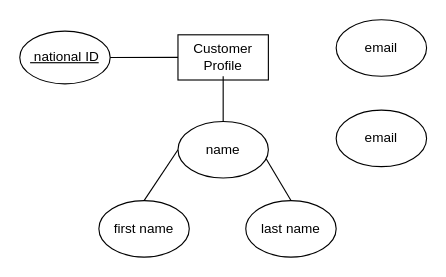
Before: Untitled Diagram.drawio in Blaze-trio/Blaze-trio.github.io, a draw.io diagram. Source tidied: cells renumbered, new cells numbered last; positions are measured from the earlier drawing's top-left corner, leaving out a move shared by most shapes. Both pictures are drawn from the tidied source at 113%, with x=0, y=0 at pixel (19, 19).
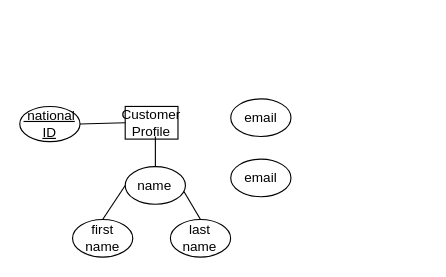
Above is the later version.

The edit, as a diff of the source:
```diff
@@
 <mxGraphModel>
   <root>
     <mxCell id="0" />
     <mxCell id="1" parent="0" />
+    <mxCell id="13" style="group;" parent="1" vertex="1">
+      <mxGeometry y="70" width="240" height="140" as="geometry" />
+    </mxCell>
-    <mxCell id="2" value="Customer Profile" style="rounded=0;whiteSpace=wrap;html=1;" parent="1" vertex="1">
-      <mxGeometry x="140" y="13.3" width="80" height="40" as="geometry" />
+    <mxCell id="2" value="Customer Profile" style="rounded=0;whiteSpace=wrap;html=1;" parent="13" vertex="1">
+      <mxGeometry x="93.3" y="6.7" width="46.7" height="28.9" as="geometry" />
     </mxCell>
-    <mxCell id="3" value="&lt;u&gt;&amp;nbsp;national ID&lt;br&gt;&lt;/u&gt;" style="ellipse;whiteSpace=wrap;html=1;" parent="1" vertex="1">
-      <mxGeometry y="10" width="80" height="46.7" as="geometry" />
+    <mxCell id="3" value="&lt;u&gt;&amp;nbsp;national ID&lt;br&gt;&lt;/u&gt;" style="ellipse;whiteSpace=wrap;html=1;" parent="13" vertex="1">
+      <mxGeometry y="6.7" width="53.3" height="31.1" as="geometry" />
     </mxCell>
-    <mxCell id="4" value="&lt;div&gt;first name&lt;/div&gt;" style="ellipse;whiteSpace=wrap;html=1;" parent="1" vertex="1">
-      <mxGeometry x="70" y="160" width="80" height="50" as="geometry" />
+    <mxCell id="4" value="&lt;div&gt;first name&lt;/div&gt;" style="ellipse;whiteSpace=wrap;html=1;" parent="13" vertex="1">
+      <mxGeometry x="46.7" y="106.7" width="53.3" height="33.3" as="geometry" />
     </mxCell>
-    <mxCell id="5" value="&lt;div&gt;name&lt;/div&gt;" style="ellipse;whiteSpace=wrap;html=1;" parent="1" vertex="1">
-      <mxGeometry x="140" y="90" width="80" height="50" as="geometry" />
+    <mxCell id="5" value="&lt;div&gt;name&lt;/div&gt;" style="ellipse;whiteSpace=wrap;html=1;" parent="13" vertex="1">
+      <mxGeometry x="93.3" y="60" width="53.3" height="33.3" as="geometry" />
     </mxCell>
-    <mxCell id="6" value="&lt;div&gt;last name&lt;/div&gt;" style="ellipse;whiteSpace=wrap;html=1;" parent="1" vertex="1">
-      <mxGeometry x="200" y="160" width="80" height="50" as="geometry" />
+    <mxCell id="6" value="&lt;div&gt;last name&lt;/div&gt;" style="ellipse;whiteSpace=wrap;html=1;" parent="13" vertex="1">
+      <mxGeometry x="133.3" y="106.7" width="53.3" height="33.3" as="geometry" />
     </mxCell>
-    <mxCell id="7" style="endArrow=none;html=1;rounded=0;" parent="1" edge="1">
+    <mxCell id="7" style="endArrow=none;html=1;rounded=0;" parent="13" edge="1">
       <mxGeometry relative="1" as="geometry">
-        <mxPoint x="180" y="90" as="sourcePoint" />
-        <mxPoint x="180" y="50" as="targetPoint" />
+        <mxPoint x="120" y="60" as="sourcePoint" />
+        <mxPoint x="120" y="33.3" as="targetPoint" />
       </mxGeometry>
     </mxCell>
-    <mxCell id="8" style="endArrow=none;html=1;rounded=0;exitX=0.5;exitY=0;exitDx=0;exitDy=0;entryX=0;entryY=0.5;entryDx=0;entryDy=0;" parent="1" edge="1" source="4" target="5">
+    <mxCell id="8" style="endArrow=none;html=1;rounded=0;exitX=0.5;exitY=0;exitDx=0;exitDy=0;entryX=0;entryY=0.5;entryDx=0;entryDy=0;" parent="13" edge="1" source="4" target="5">
       <mxGeometry relative="1" as="geometry" />
     </mxCell>
-    <mxCell id="9" style="endArrow=none;html=1;rounded=0;entryX=0.975;entryY=0.66;entryDx=0;entryDy=0;entryPerimeter=0;exitX=0.5;exitY=0;exitDx=0;exitDy=0;" parent="1" edge="1" source="6" target="5">
+    <mxCell id="9" style="endArrow=none;html=1;rounded=0;entryX=0.975;entryY=0.66;entryDx=0;entryDy=0;entryPerimeter=0;exitX=0.5;exitY=0;exitDx=0;exitDy=0;" parent="13" edge="1" source="6" target="5">
       <mxGeometry relative="1" as="geometry" />
     </mxCell>
-    <mxCell id="10" style="endArrow=none;html=1;rounded=0;exitX=1;exitY=0.5;exitDx=0;exitDy=0;entryX=0;entryY=0.5;entryDx=0;entryDy=0;" parent="1" edge="1" source="3" target="2">
+    <mxCell id="10" style="endArrow=none;html=1;rounded=0;exitX=1;exitY=0.5;exitDx=0;exitDy=0;entryX=0;entryY=0.5;entryDx=0;entryDy=0;" parent="13" edge="1" source="3" target="2">
       <mxGeometry relative="1" as="geometry" />
     </mxCell>
-    <mxCell id="11" value="email" style="ellipse;whiteSpace=wrap;html=1;" parent="1" vertex="1">
-      <mxGeometry x="280" width="80" height="50" as="geometry" />
+    <mxCell id="11" value="email" style="ellipse;whiteSpace=wrap;html=1;" parent="13" vertex="1">
+      <mxGeometry x="186.7" width="53.3" height="33.3" as="geometry" />
     </mxCell>
-    <mxCell id="12" value="email" style="ellipse;whiteSpace=wrap;html=1;" parent="1" vertex="1">
-      <mxGeometry x="280" y="80" width="80" height="50" as="geometry" />
+    <mxCell id="12" value="email" style="ellipse;whiteSpace=wrap;html=1;" parent="13" vertex="1">
+      <mxGeometry x="186.7" y="53.3" width="53.3" height="33.3" as="geometry" />
     </mxCell>
   </root>
 </mxGraphModel>
```
